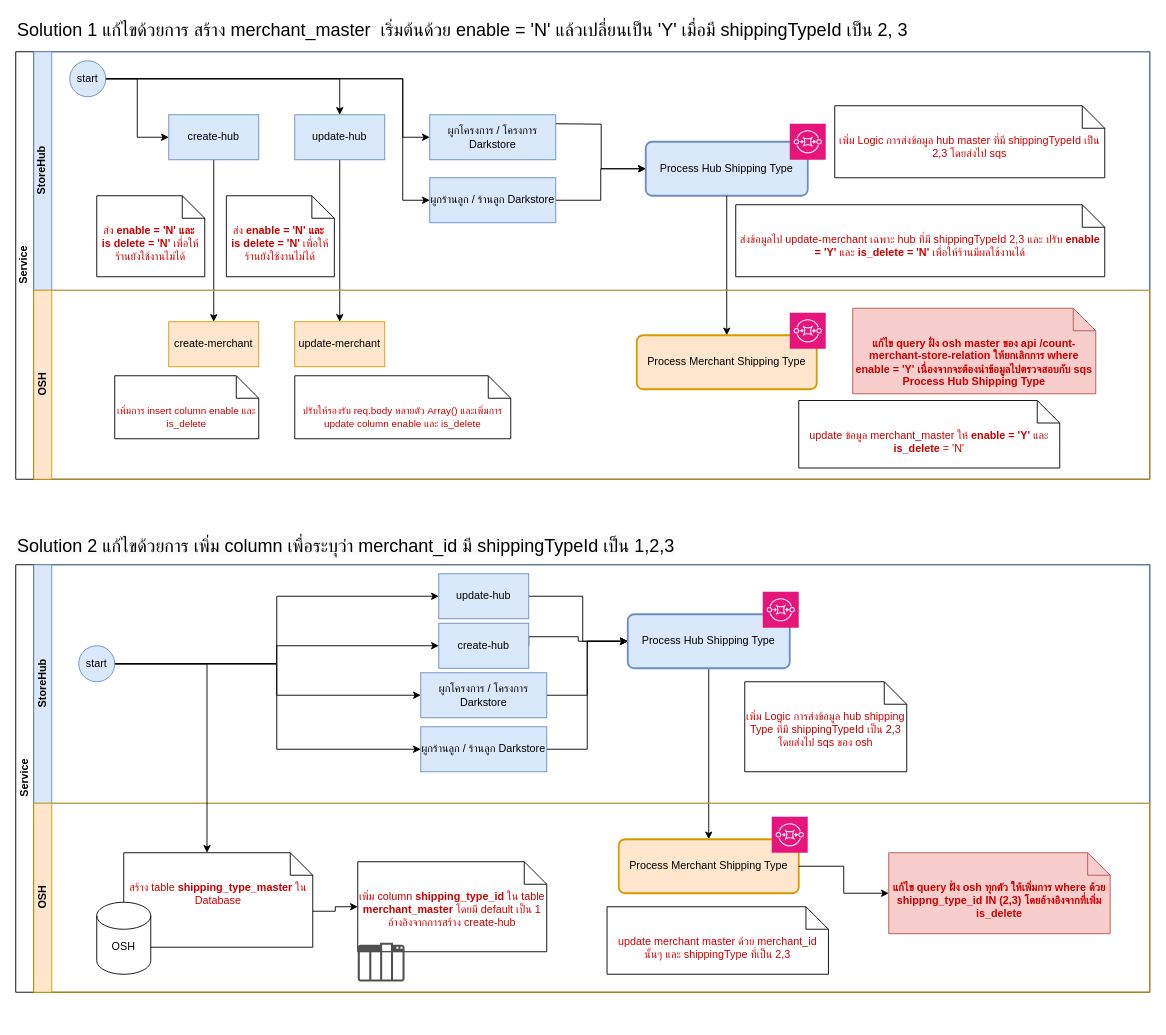
Above: Flow-การส่งข้อมูล-merchant-master.drawio in peapong/draw.io-diagrams (draw.io), before the change. Source tidied: cells renumbered, new cells numbered last; positions are measured from the earlier drawing's top-left corner, leaving out a move shared by most shapes. Both pictures are drawn from the tidied source at 90%, with x=0, y=0 at pixel (15, 15).
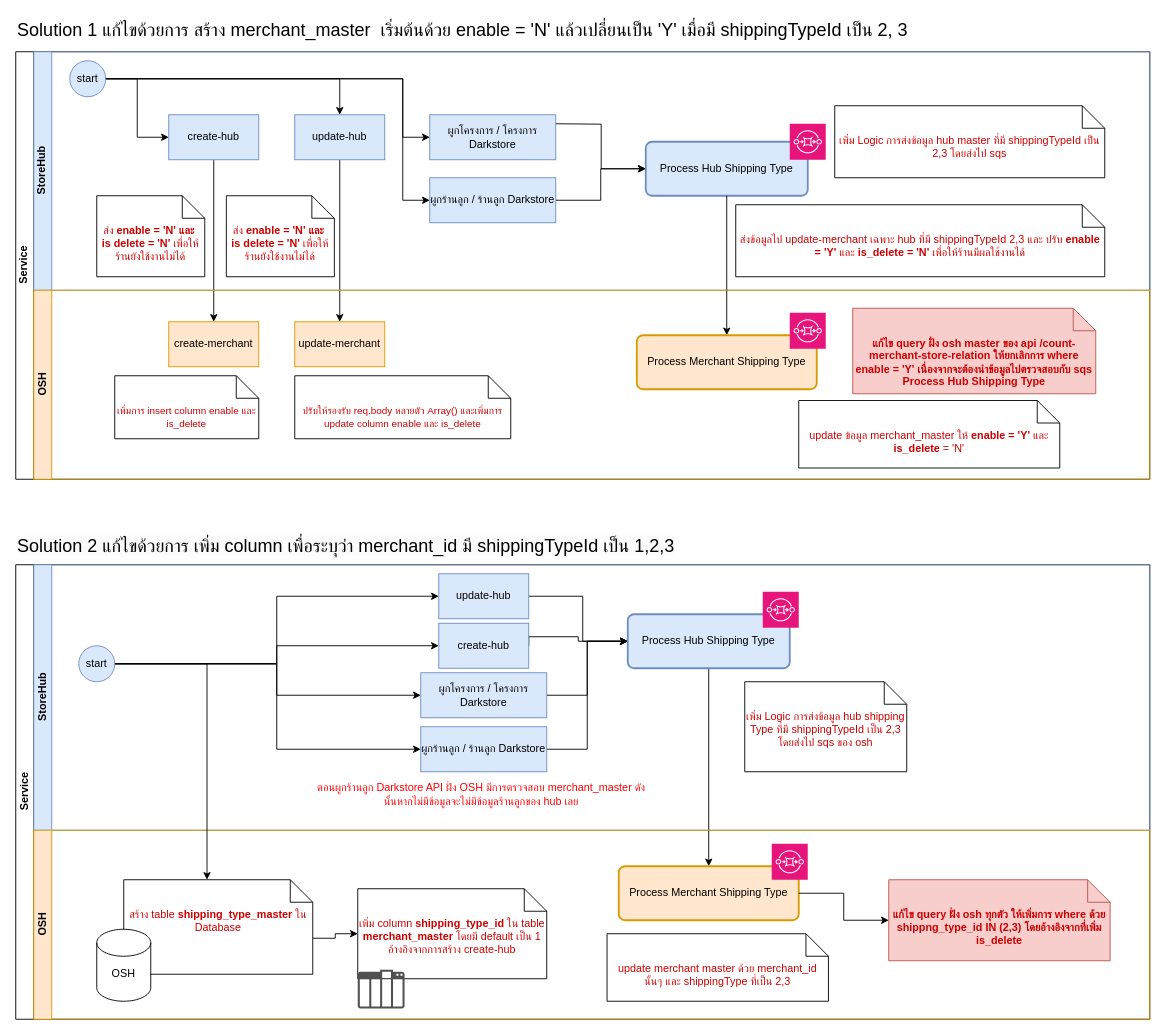
The same diagram, later.

Diff of the diagram source:
```diff
@@
     <mxCell id="36" value="Service" style="swimlane;html=1;horizontal=0;startSize=20;" parent="1" vertex="1">
-      <mxGeometry y="610" width="1260" height="475" as="geometry" />
+      <mxGeometry y="610" width="1260" height="505" as="geometry" />
     </mxCell>
@@
     <mxCell id="38" value="StoreHub" style="swimlane;html=1;startSize=20;horizontal=0;fillColor=#dae8fc;strokeColor=#6c8ebf;absoluteArcSize=0;labelBackgroundColor=none;" parent="36" vertex="1">
-      <mxGeometry x="20" width="1240" height="265" as="geometry" />
+      <mxGeometry x="20" width="1240" height="295" as="geometry" />
     </mxCell>
@@
+    <mxCell id="76" value="&lt;font color=&quot;#ff0000&quot;&gt;ตอนผูกร้านลูก Darkstore API ฝั่ง OSH มีการตรวจสอบ merchant_master ดังนั้นหากไม่มีข้อมูลจะไม่มีข้อมูลร้านลูกของ hub เลย&lt;/font&gt;" style="text;html=1;align=center;verticalAlign=middle;whiteSpace=wrap;rounded=0;" parent="38" vertex="1">
+      <mxGeometry x="310" y="240" width="375" height="30" as="geometry" />
+    </mxCell>
     <mxCell id="56" value="OSH" style="swimlane;html=1;startSize=20;horizontal=0;fillColor=#ffe6cc;strokeColor=#d79b00;" parent="36" vertex="1">
-      <mxGeometry x="20" y="265" width="1240" height="210" as="geometry" />
+      <mxGeometry x="20" y="295" width="1240" height="210" as="geometry" />
     </mxCell>
```
